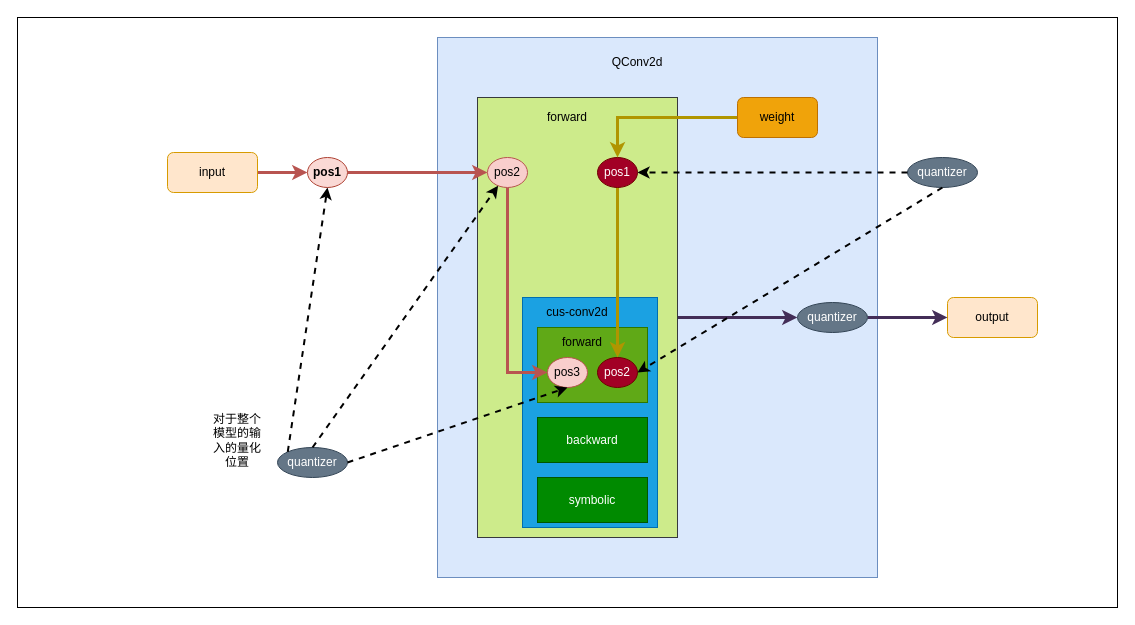
Above: qat/Untitled Diagram.drawio in hbwx24/draw.io (draw.io), before the change. Source tidied: cells renumbered, new cells numbered last; positions are measured from the earlier drawing's top-left corner, leaving out a move shared by most shapes. Both pictures are drawn from the tidied source at 100%, with x=0, y=0 at pixel (17, 17).
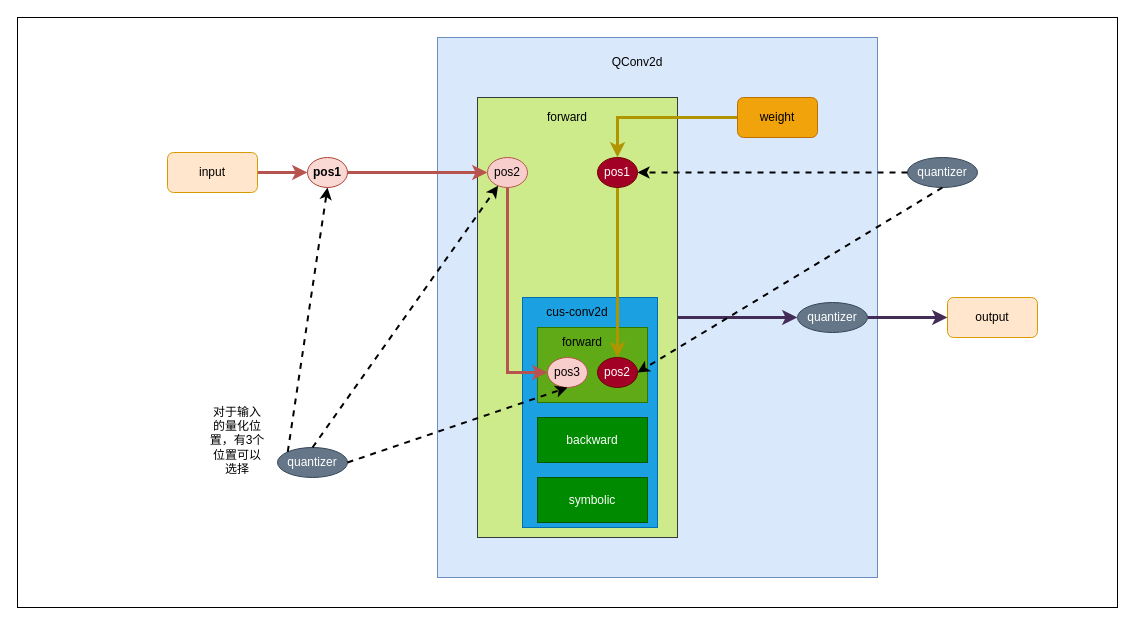
The same diagram, later.

Change to the diagram source:
```diff
@@
-    <mxCell id="31" value="对于整个模型的输入的量化位置" style="text;html=1;strokeColor=none;fillColor=none;align=center;verticalAlign=middle;whiteSpace=wrap;rounded=0;" parent="1" vertex="1">
+    <mxCell id="31" value="对于输入的量化位置，有3个位置可以选择" style="text;html=1;strokeColor=none;fillColor=none;align=center;verticalAlign=middle;whiteSpace=wrap;rounded=0;" parent="1" vertex="1">
       <mxGeometry x="190" y="385" width="60" height="75" as="geometry" />
     </mxCell>
```
